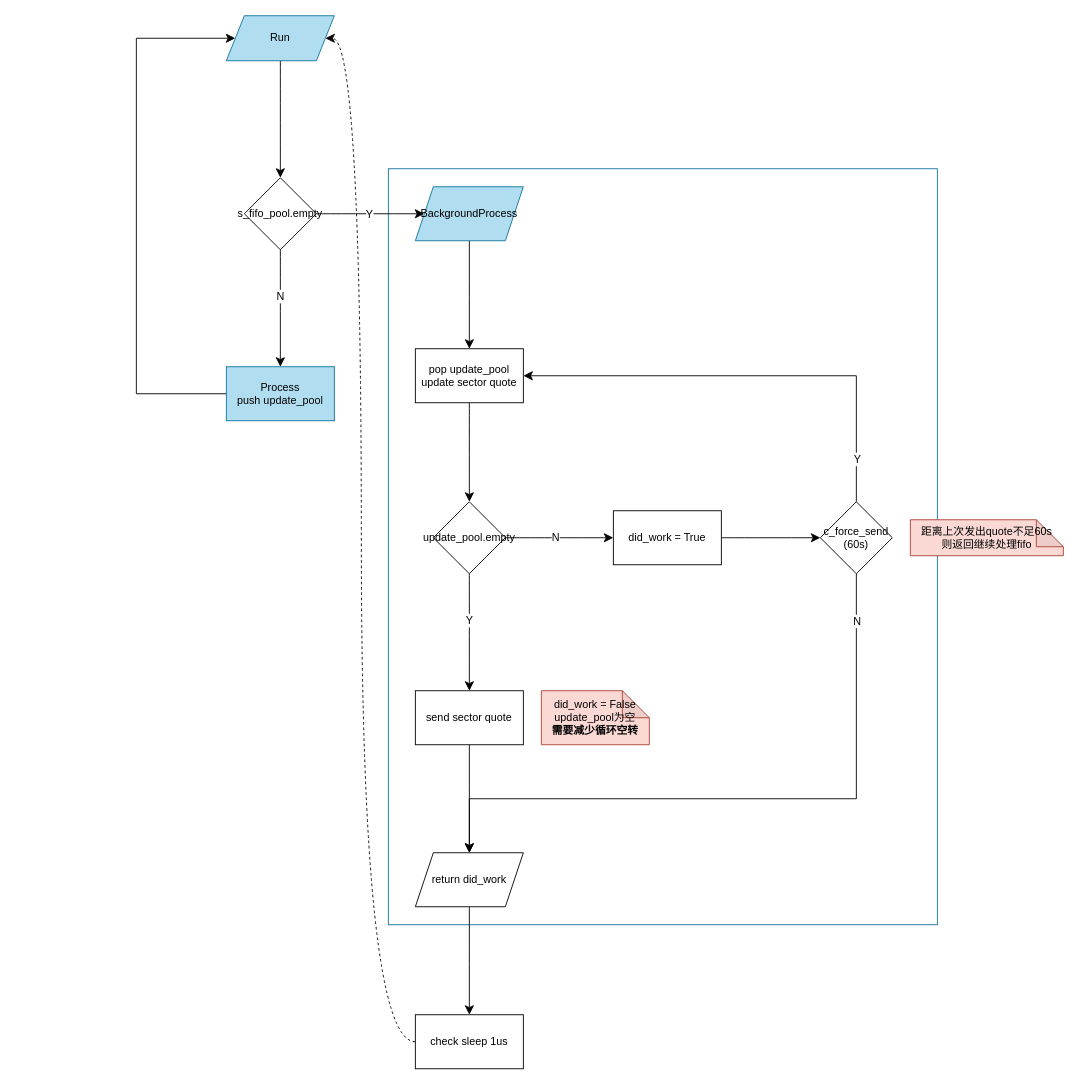
Above: page "siggen_server mainloop" (3 of 3) of tongdengfund/trader.drawio in mistyeye11/drawio (draw.io), before the change. Source tidied: cells renumbered, new cells numbered last; positions are measured from the earlier drawing's top-left corner, leaving out a move shared by most shapes. Both pictures are drawn from the tidied source at 90%, with x=0, y=0 at pixel (136, 15).
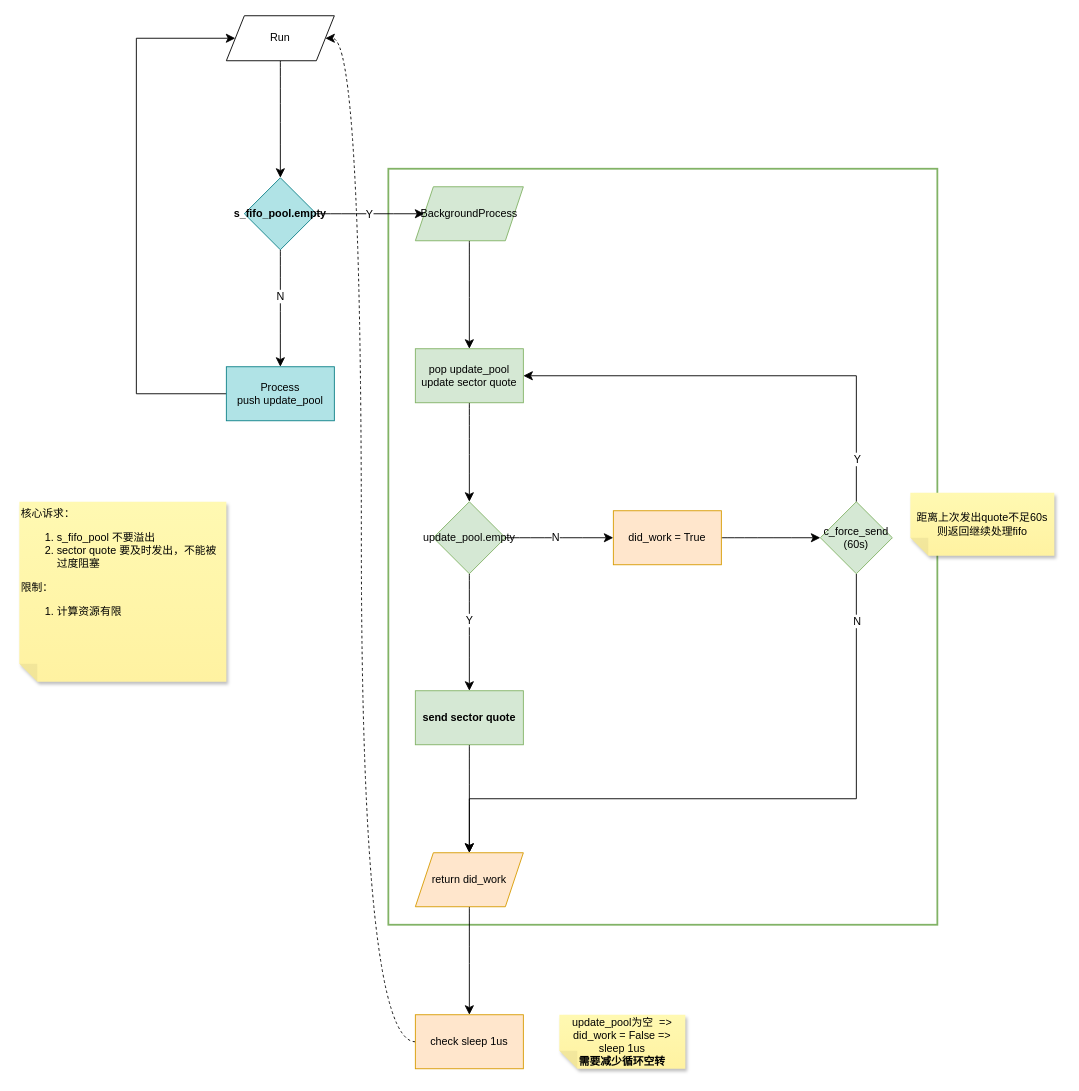
Above is the later version.

Change to the diagram source:
```diff
@@
-    <mxCell id="2" style="rounded=0;whiteSpace=wrap;html=1;fillColor=none;strokeColor=#10739e;" parent="1" vertex="1">
+    <mxCell id="2" style="rounded=0;whiteSpace=wrap;html=1;fillColor=none;strokeColor=#82b366;strokeWidth=2;" parent="1" vertex="1">
       <mxGeometry x="280" y="170" width="610" height="840" as="geometry" />
     </mxCell>
@@
-    <mxCell id="4" value="Run" style="whiteSpace=wrap;html=1;shape=parallelogram;perimeter=parallelogramPerimeter;fixedSize=1;fillColor=#b1ddf0;strokeColor=#10739e;" parent="1" vertex="1">
+    <mxCell id="4" value="Run" style="whiteSpace=wrap;html=1;shape=parallelogram;perimeter=parallelogramPerimeter;fixedSize=1;" parent="1" vertex="1">
       <mxGeometry x="100" width="120" height="50" as="geometry" />
     </mxCell>
@@
-    <mxCell id="9" value="s_fifo_pool.empty" style="rhombus;whiteSpace=wrap;html=1;" parent="1" vertex="1">
+    <mxCell id="9" value="s_fifo_pool.empty" style="rhombus;whiteSpace=wrap;html=1;fillColor=#b0e3e6;strokeColor=#0e8088;fontStyle=1;shadow=0;strokeWidth=1;" parent="1" vertex="1">
       <mxGeometry x="120" y="180" width="80" height="80" as="geometry" />
     </mxCell>
@@
-    <mxCell id="11" value="BackgroundProcess" style="rounded=0;whiteSpace=wrap;html=1;fillColor=#b1ddf0;strokeColor=#10739e;shape=parallelogram;perimeter=parallelogramPerimeter;fixedSize=1;" parent="1" vertex="1">
+    <mxCell id="11" value="BackgroundProcess" style="rounded=0;whiteSpace=wrap;html=1;shape=parallelogram;perimeter=parallelogramPerimeter;fixedSize=1;fillColor=#d5e8d4;strokeColor=#82b366;" parent="1" vertex="1">
       <mxGeometry x="310" y="190" width="120" height="60" as="geometry" />
     </mxCell>
@@
-    <mxCell id="13" value="&lt;div&gt;Process&lt;/div&gt;&lt;div&gt;push update_pool&lt;br&gt;&lt;/div&gt;" style="whiteSpace=wrap;html=1;fillColor=#b1ddf0;strokeColor=#10739e;" parent="1" vertex="1">
+    <mxCell id="13" value="&lt;div&gt;Process&lt;/div&gt;&lt;div&gt;push update_pool&lt;br&gt;&lt;/div&gt;" style="whiteSpace=wrap;html=1;fillColor=#b0e3e6;strokeColor=#0e8088;" parent="1" vertex="1">
       <mxGeometry x="100" y="390" width="120" height="60" as="geometry" />
     </mxCell>
@@
-    <mxCell id="15" value="pop update_pool&lt;br&gt;&lt;div&gt;update sector quote&lt;/div&gt;" style="whiteSpace=wrap;html=1;rounded=0;" parent="1" vertex="1">
+    <mxCell id="15" value="pop update_pool&lt;br&gt;&lt;div&gt;update sector quote&lt;/div&gt;" style="whiteSpace=wrap;html=1;rounded=0;fillColor=#d5e8d4;strokeColor=#82b366;" parent="1" vertex="1">
       <mxGeometry x="310" y="370" width="120" height="60" as="geometry" />
     </mxCell>
@@
-    <mxCell id="20" value="update_pool.empty" style="rhombus;whiteSpace=wrap;html=1;rounded=0;" parent="1" vertex="1">
+    <mxCell id="20" value="update_pool.empty" style="rhombus;whiteSpace=wrap;html=1;rounded=0;fillColor=#d5e8d4;strokeColor=#82b366;" parent="1" vertex="1">
       <mxGeometry x="330" y="540" width="80" height="80" as="geometry" />
     </mxCell>
@@
-    <mxCell id="22" value="send sector quote" style="whiteSpace=wrap;html=1;rounded=0;shape=label;fixedSize=1;" parent="1" vertex="1">
+    <mxCell id="22" value="send sector quote" style="whiteSpace=wrap;html=1;rounded=0;shape=label;fixedSize=1;fillColor=#d5e8d4;strokeColor=#82b366;fontStyle=1;shadow=0;strokeWidth=1;" parent="1" vertex="1">
       <mxGeometry x="310" y="750" width="120" height="60" as="geometry" />
     </mxCell>
@@
-    <mxCell id="24" value="did_work = True" style="whiteSpace=wrap;html=1;rounded=0;" parent="1" vertex="1">
+    <mxCell id="24" value="did_work = True" style="whiteSpace=wrap;html=1;rounded=0;fillColor=#ffe6cc;strokeColor=#d79b00;" parent="1" vertex="1">
       <mxGeometry x="530" y="550" width="120" height="60" as="geometry" />
     </mxCell>
@@
-    <mxCell id="29" value="&lt;div&gt;c_force_send&lt;/div&gt;&lt;div&gt;(60s)&lt;br&gt;&lt;/div&gt;" style="rhombus;whiteSpace=wrap;html=1;rounded=0;" parent="1" vertex="1">
+    <mxCell id="29" value="&lt;div&gt;c_force_send&lt;/div&gt;&lt;div&gt;(60s)&lt;br&gt;&lt;/div&gt;" style="rhombus;whiteSpace=wrap;html=1;rounded=0;fillColor=#d5e8d4;strokeColor=#82b366;" parent="1" vertex="1">
       <mxGeometry x="760" y="540" width="80" height="80" as="geometry" />
     </mxCell>
@@
-    <mxCell id="32" value="return did_work" style="shape=parallelogram;perimeter=parallelogramPerimeter;whiteSpace=wrap;html=1;fixedSize=1;rounded=0;" parent="1" vertex="1">
+    <mxCell id="32" value="return did_work" style="shape=parallelogram;perimeter=parallelogramPerimeter;whiteSpace=wrap;html=1;fixedSize=1;rounded=0;fillColor=#ffe6cc;strokeColor=#d79b00;" parent="1" vertex="1">
       <mxGeometry x="310" y="930" width="120" height="60" as="geometry" />
     </mxCell>
-    <mxCell id="33" value="check sleep 1us" style="whiteSpace=wrap;html=1;rounded=0;" parent="1" vertex="1">
+    <mxCell id="33" value="check sleep 1us" style="whiteSpace=wrap;html=1;rounded=0;fillColor=#ffe6cc;strokeColor=#d79b00;" parent="1" vertex="1">
       <mxGeometry x="310" y="1110" width="120" height="60" as="geometry" />
     </mxCell>
-    <mxCell id="34" value="&lt;div&gt;did_work = False&lt;br&gt;&lt;/div&gt;&lt;div&gt;update_pool为空 &lt;br&gt;&lt;/div&gt;&lt;div&gt;&lt;b&gt;需要减少循环空转&lt;/b&gt;&lt;br&gt;&lt;/div&gt;" style="html=1;align=center;verticalAlign=middle;strokeColor=#ae4132;fillColor=#fad9d5;fontSize=12;shape=note;whiteSpace=wrap;backgroundOutline=1;darkOpacity=0.05;" parent="1" vertex="1">
-      <mxGeometry x="450" y="750" width="120" height="60" as="geometry" />
-    </mxCell>
-    <mxCell id="35" value="&lt;div&gt;距离上次发出quote不足60s&lt;/div&gt;&lt;div&gt;则返回继续处理fifo&lt;/div&gt;" style="html=1;align=center;verticalAlign=middle;strokeColor=#ae4132;fillColor=#fad9d5;fontSize=12;shape=note;whiteSpace=wrap;backgroundOutline=1;darkOpacity=0.05;" parent="1" vertex="1">
-      <mxGeometry x="860" y="560" width="170" height="40" as="geometry" />
+    <mxCell id="35" value="&lt;div&gt;距离上次发出quote不足60s&lt;/div&gt;&lt;div&gt;则返回继续处理fifo&lt;/div&gt;" style="shape=note;whiteSpace=wrap;html=1;backgroundOutline=1;fontColor=#000000;darkOpacity=0.05;fillColor=#FFF9B2;strokeColor=none;fillStyle=solid;direction=west;gradientDirection=north;gradientColor=#FFF2A1;shadow=1;size=20;" parent="1" vertex="1">
+      <mxGeometry x="860" y="530" width="160" height="70" as="geometry" />
     </mxCell>
+    <mxCell id="36" value="&lt;div&gt;update_pool为空&amp;nbsp; =&amp;gt;&lt;br&gt;&lt;/div&gt;&lt;div&gt;did_work = False =&amp;gt;&lt;/div&gt;&lt;div&gt;sleep 1us&lt;br&gt;&lt;/div&gt;&lt;div&gt;&lt;b&gt;需要减少循环空转&lt;/b&gt;&lt;br&gt;&lt;/div&gt;" style="shape=note;whiteSpace=wrap;html=1;backgroundOutline=1;fontColor=#000000;darkOpacity=0.05;fillColor=#FFF9B2;strokeColor=none;fillStyle=solid;direction=west;gradientDirection=north;gradientColor=#FFF2A1;shadow=1;size=20;" parent="1" vertex="1">
+      <mxGeometry x="470" y="1110" width="140" height="60" as="geometry" />
+    </mxCell>
+    <mxCell id="37" value="&lt;div&gt;核心诉求：&lt;/div&gt;&lt;div&gt;&lt;ol&gt;&lt;li&gt;s_fifo_pool 不要溢出&lt;/li&gt;&lt;li&gt;sector quote 要及时发出，不能被过度阻塞&lt;/li&gt;&lt;/ol&gt;限制：&lt;/div&gt;&lt;div&gt;&lt;ol&gt;&lt;li&gt;计算资源有限&lt;/li&gt;&lt;/ol&gt;&lt;/div&gt;" style="shape=note;whiteSpace=wrap;html=1;backgroundOutline=1;fontColor=#000000;darkOpacity=0.05;fillColor=#FFF9B2;strokeColor=none;fillStyle=solid;direction=west;gradientDirection=north;gradientColor=#FFF2A1;shadow=1;size=20;align=left;verticalAlign=top;" parent="1" vertex="1">
+      <mxGeometry x="-130" y="540" width="230" height="200" as="geometry" />
+    </mxCell>
```
